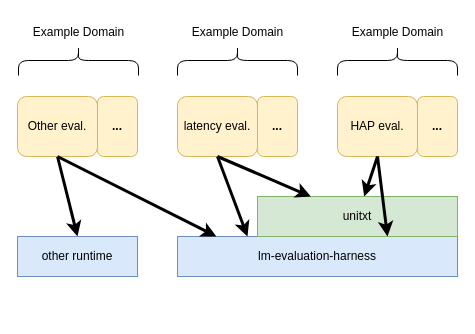
The-AI-Alliance/trust-safety-evals keeps this draw.io diagram as docs/assets/images/Trust and Safety Reference Stack Diagram.drawio. Above is the earlier version. Source tidied: cells renumbered, new cells numbered last; positions are measured from the earlier drawing's top-left corner, leaving out a move shared by most shapes. Both pictures are drawn from the tidied source at 100%, with x=0, y=0 at pixel (17, 0).
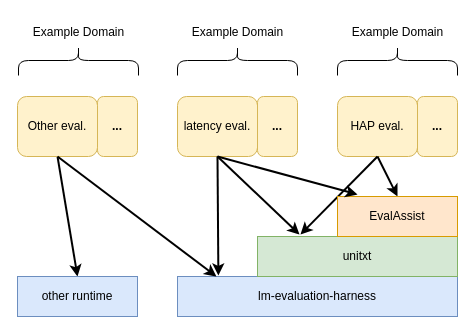
Above is the later version.

Commit message (it also covers changes not shown here):
Added EvalAssist. Refined some wording in various places.

Unchanged cells that the change refers to:
```xml
<mxCell id="3" value="HAP eval." style="rounded=1;whiteSpace=wrap;html=1;fillColor=#fff2cc;strokeColor=#d6b656;" parent="1" vertex="1">
  <mxGeometry x="320" y="96" width="80" height="60" as="geometry" />
</mxCell>
<mxCell id="6" value="latency eval." style="rounded=1;whiteSpace=wrap;html=1;fillColor=#fff2cc;strokeColor=#d6b656;" parent="1" vertex="1">
  <mxGeometry x="160" y="96" width="80" height="60" as="geometry" />
</mxCell>
<mxCell id="18" value="Other eval." style="rounded=1;whiteSpace=wrap;html=1;fillColor=#fff2cc;strokeColor=#d6b656;" parent="1" vertex="1">
  <mxGeometry y="96" width="80" height="60" as="geometry" />
</mxCell>
```

The edit, as a diff of the source:
```diff
@@
     <mxCell id="2" value="lm-evaluation-harness" style="rounded=0;whiteSpace=wrap;html=1;fillColor=#dae8fc;strokeColor=#6c8ebf;" parent="1" vertex="1">
-      <mxGeometry x="160" y="236" width="280" height="40" as="geometry" />
+      <mxGeometry x="160" y="276" width="280" height="40" as="geometry" />
     </mxCell>
@@
     <mxCell id="4" value="unitxt" style="rounded=0;whiteSpace=wrap;html=1;fillColor=#d5e8d4;strokeColor=#82b366;" parent="1" vertex="1">
-      <mxGeometry x="240" y="196" width="200" height="40" as="geometry" />
+      <mxGeometry x="240" y="236" width="200" height="40" as="geometry" />
     </mxCell>
@@
-    <mxCell id="13" style="endArrow=classic;html=1;rounded=0;exitX=0.5;exitY=1;exitDx=0;exitDy=0;strokeWidth=3;" parent="1" edge="1" source="3" target="4">
+    <mxCell id="13" style="endArrow=classic;html=1;rounded=0;exitX=0.5;exitY=1;exitDx=0;exitDy=0;strokeWidth=2;entryX=0.215;entryY=-0.05;entryDx=0;entryDy=0;entryPerimeter=0;" parent="1" edge="1" source="3" target="4">
       <mxGeometry relative="1" as="geometry" />
     </mxCell>
-    <mxCell id="14" style="endArrow=classic;html=1;rounded=0;exitX=0.5;exitY=1;exitDx=0;exitDy=0;strokeWidth=3;" parent="1" edge="1" source="6" target="4">
+    <mxCell id="14" style="endArrow=classic;html=1;rounded=0;exitX=0.5;exitY=1;exitDx=0;exitDy=0;strokeWidth=3;" parent="1" edge="1" source="24" target="4">
       <mxGeometry relative="1" as="geometry" />
     </mxCell>
-    <mxCell id="15" style="endArrow=classic;html=1;rounded=0;exitX=0.5;exitY=1;exitDx=0;exitDy=0;strokeWidth=3;entryX=0.25;entryY=0;entryDx=0;entryDy=0;" parent="1" edge="1" source="6" target="2">
+    <mxCell id="15" style="endArrow=classic;html=1;rounded=0;exitX=0.5;exitY=1;exitDx=0;exitDy=0;strokeWidth=2;entryX=0.146;entryY=-0.025;entryDx=0;entryDy=0;entryPerimeter=0;" parent="1" edge="1" source="6" target="2">
       <mxGeometry relative="1" as="geometry" />
     </mxCell>
-    <mxCell id="16" style="endArrow=classic;html=1;rounded=0;exitX=0.5;exitY=1;exitDx=0;exitDy=0;strokeWidth=3;entryX=0.5;entryY=0;entryDx=0;entryDy=0;" parent="1" edge="1" source="18" target="22">
+    <mxCell id="16" style="endArrow=classic;html=1;rounded=0;exitX=0.5;exitY=1;exitDx=0;exitDy=0;strokeWidth=2;entryX=0.5;entryY=0;entryDx=0;entryDy=0;" parent="1" edge="1" source="18" target="22">
       <mxGeometry relative="1" as="geometry" />
     </mxCell>
-    <mxCell id="17" style="endArrow=classic;html=1;rounded=0;exitX=0.5;exitY=1;exitDx=0;exitDy=0;strokeWidth=3;entryX=0.75;entryY=0;entryDx=0;entryDy=0;" parent="1" edge="1" source="3" target="2">
+    <mxCell id="17" style="endArrow=classic;html=1;rounded=0;exitX=0.5;exitY=1;exitDx=0;exitDy=0;strokeWidth=2;entryX=0.5;entryY=0;entryDx=0;entryDy=0;" parent="1" edge="1" source="3" target="24">
       <mxGeometry relative="1" as="geometry" />
     </mxCell>
@@
-    <mxCell id="21" style="endArrow=classic;html=1;rounded=0;exitX=0.5;exitY=1;exitDx=0;exitDy=0;strokeWidth=3;entryX=0.139;entryY=0;entryDx=0;entryDy=0;entryPerimeter=0;" parent="1" edge="1" source="18" target="2">
+    <mxCell id="21" style="endArrow=classic;html=1;rounded=0;exitX=0.5;exitY=1;exitDx=0;exitDy=0;strokeWidth=2;entryX=0.139;entryY=0;entryDx=0;entryDy=0;entryPerimeter=0;" parent="1" edge="1" source="18" target="2">
       <mxGeometry relative="1" as="geometry" />
     </mxCell>
     <mxCell id="22" value="other runtime" style="rounded=0;whiteSpace=wrap;html=1;fillColor=#dae8fc;strokeColor=#6c8ebf;" parent="1" vertex="1">
-      <mxGeometry y="236" width="120" height="40" as="geometry" />
+      <mxGeometry y="276" width="120" height="40" as="geometry" />
     </mxCell>
+    <mxCell id="23" style="endArrow=classic;html=1;rounded=0;exitX=0.5;exitY=1;exitDx=0;exitDy=0;strokeWidth=2;entryX=0.21;entryY=-0.05;entryDx=0;entryDy=0;entryPerimeter=0;" parent="1" edge="1" source="6" target="4">
+      <mxGeometry relative="1" as="geometry" />
+    </mxCell>
+    <mxCell id="24" value="EvalAssist" style="rounded=0;whiteSpace=wrap;html=1;fillColor=#ffe6cc;strokeColor=#d79b00;" parent="1" vertex="1">
+      <mxGeometry x="320" y="196" width="120" height="40" as="geometry" />
+    </mxCell>
+    <mxCell id="25" style="endArrow=classic;html=1;rounded=0;exitX=0.5;exitY=1;exitDx=0;exitDy=0;strokeWidth=2;entryX=0.167;entryY=-0.05;entryDx=0;entryDy=0;entryPerimeter=0;" parent="1" edge="1" source="6" target="24">
+      <mxGeometry relative="1" as="geometry" />
+    </mxCell>
```
